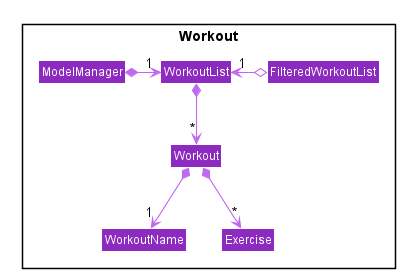
Before: images/developer-guide/workout/WorkoutClassDiagram.png, a diagram exported from PlantUML (alloystory/cs2103t_zerotoone). Its diagram source:
```plantuml
@startuml









skinparam BackgroundColor #FFFFFFF

skinparam Shadowing false

skinparam Class {
    FontColor #FFFFFF
    BorderThickness 1
    BorderColor #FFFFFF
    StereotypeFontColor #FFFFFF
    FontName Arial
}

skinparam Actor {
    BorderColor #000000
    Color #000000
    FontName Arial
}

skinparam Sequence {
    MessageAlign center
    BoxFontSize 15
    BoxPadding 0
    BoxFontColor #FFFFFF
    FontName Arial
}

skinparam Participant {
    FontColor #FFFFFFF
    Padding 20
}

skinparam MinClassWidth 50
skinparam ParticipantPadding 10
skinparam Shadowing false
skinparam DefaultTextAlignment center
skinparam packageStyle Rectangle

hide footbox
hide members
hide circle
skinparam arrowThickness 1.1
skinparam arrowColor #C167F0
skinparam classBackgroundColor #8D2AC0

Package Workout <<Rectangle>> {
Class ModelManager
Class WorkoutList
Class FilteredWorkoutList
Class Workout

Class WorkoutName
Class Exercise
}

ModelManager *-right-> "1" WorkoutList
FilteredWorkoutList o-left-> "1" WorkoutList
WorkoutList *-down-> "*" Workout

Workout *-down-> "1" WorkoutName
Workout *-down-> "*" Exercise
@enduml
```
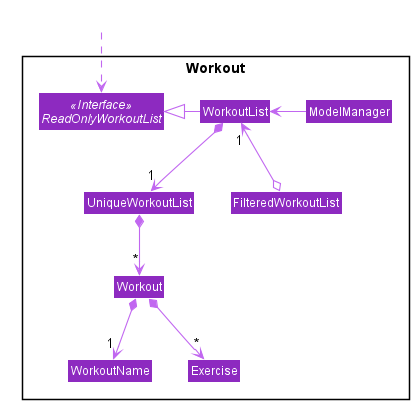
The same file after the commit.

Change to the diagram source:
```diff
@@ -1,4 +1,5 @@
 @startuml
+
 
 
 
@@ -52,20 +53,24 @@
 skinparam arrowColor #C167F0
 skinparam classBackgroundColor #8D2AC0
 
-Package Workout <<Rectangle>> {
+Package "Workout" <<Rectangle>> {
+Interface ReadOnlyWorkoutList <<Interface>>
+Class UniqueWorkoutList
 Class ModelManager
 Class WorkoutList
 Class FilteredWorkoutList
 Class Workout
-
 Class WorkoutName
 Class Exercise
 }
 
-ModelManager *-right-> "1" WorkoutList
-FilteredWorkoutList o-left-> "1" WorkoutList
-WorkoutList *-down-> "*" Workout
-
+Class HiddenOutside #FFFFFF
+HiddenOutside .down.> ReadOnlyWorkoutList
+ModelManager -left-> WorkoutList
+WorkoutList -left-|> ReadOnlyWorkoutList
+WorkoutList *-down-> "1" UniqueWorkoutList
+UniqueWorkoutList *-down-> "*" Workout
 Workout *-down-> "1" WorkoutName
 Workout *-down-> "*" Exercise
+FilteredWorkoutList o-up-> "1" WorkoutList
 @enduml
```
